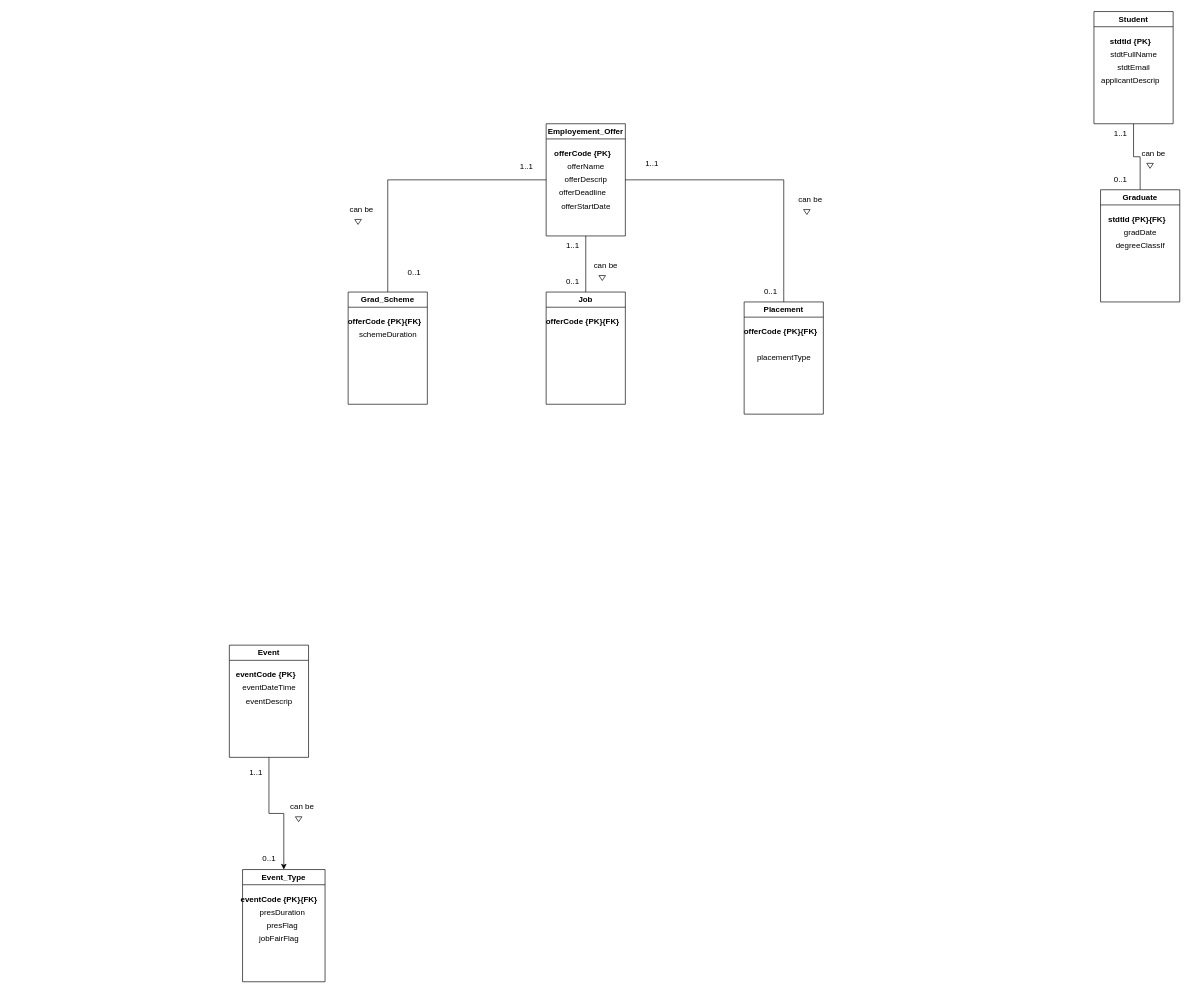
This is futuro-conceptual-erd.drawio from Rumeasiyan/database-systems-IIT-Sri-Lanka, a draw.io file, before an edit. Source tidied: cells renumbered, new cells numbered last; positions are measured from the earlier drawing's top-left corner, leaving out a move shared by most shapes. Both pictures are drawn from the tidied source at 66%, with x=0, y=0 at pixel (229, 11).
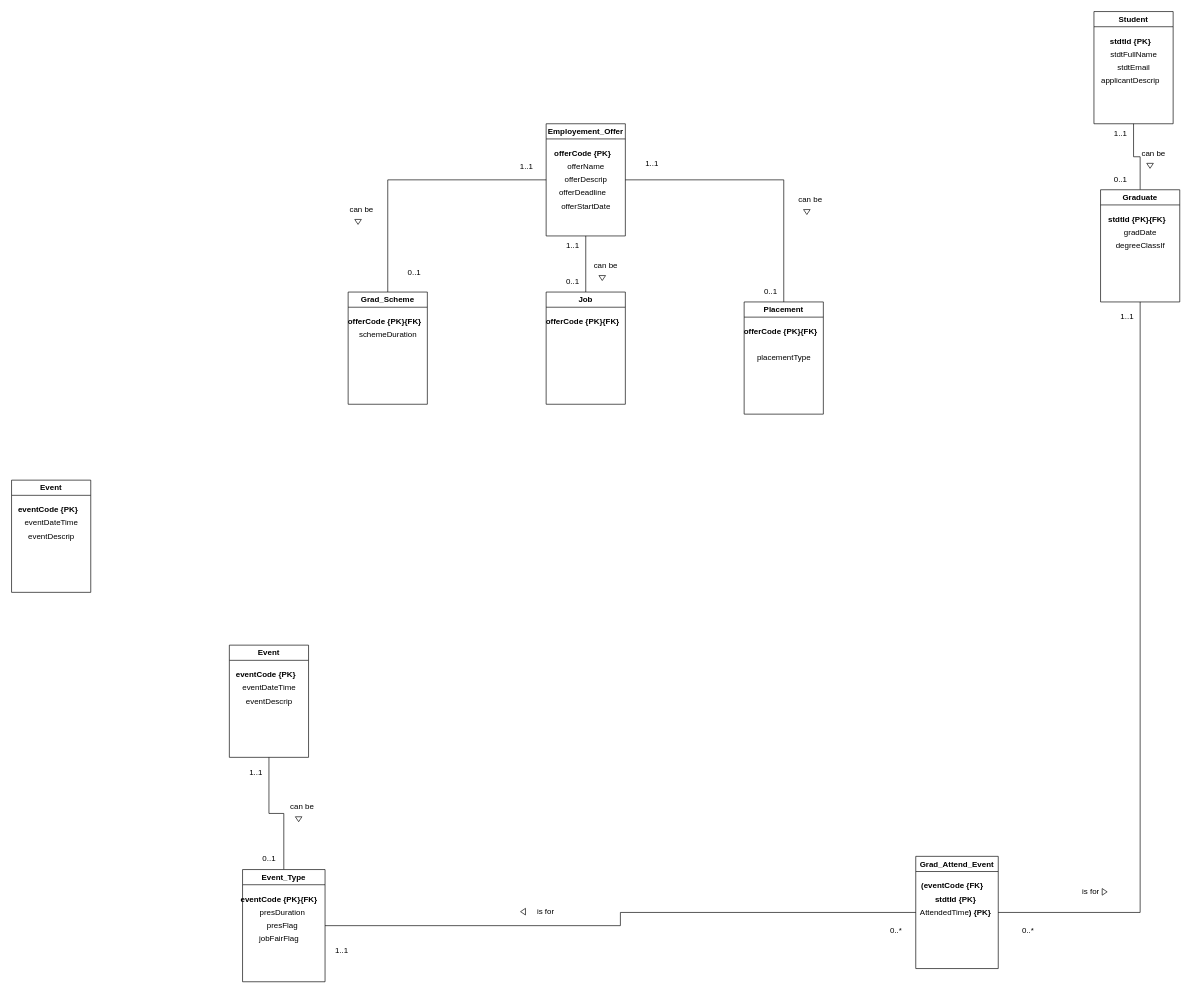
After the change.

Unchanged cells that the change refers to:
```xml
<mxCell id="8" value="Graduate" style="swimlane;whiteSpace=wrap;html=1;" parent="1" vertex="1">
  <mxGeometry x="1320" y="270" width="120" height="170" as="geometry" />
</mxCell>
<mxCell id="46" value="Event" style="swimlane;whiteSpace=wrap;html=1;" parent="1" vertex="1">
  <mxGeometry y="960" width="120" height="170" as="geometry" />
</mxCell>
<mxCell id="50" value="Event_Type" style="swimlane;whiteSpace=wrap;html=1;" parent="1" vertex="1">
  <mxGeometry x="20" y="1300" width="125" height="170" as="geometry" />
</mxCell>
```

The edit, as a diff of the source:
```diff
@@
-    <mxCell id="45" style="edgeStyle=orthogonalEdgeStyle;rounded=0;jettySize=auto;html=1;exitX=0.5;exitY=1;exitDx=0;exitDy=0;" parent="1" edge="1" source="46" target="50">
+    <mxCell id="45" style="edgeStyle=orthogonalEdgeStyle;rounded=0;jettySize=auto;html=1;exitX=0.5;exitY=1;exitDx=0;exitDy=0;jumpStyle=arc;endArrow=none;endFill=0;" parent="1" edge="1" source="46" target="50">
       <mxGeometry relative="1" as="geometry" />
     </mxCell>
@@
+    <mxCell id="59" style="edgeStyle=orthogonalEdgeStyle;rounded=0;jettySize=auto;html=1;exitX=1;exitY=0.5;exitDx=0;exitDy=0;entryX=0;entryY=0.5;entryDx=0;entryDy=0;endArrow=none;endFill=0;jumpStyle=arc;" parent="1" edge="1" source="50" target="61">
+      <mxGeometry relative="1" as="geometry" />
+    </mxCell>
@@
+    <mxCell id="60" style="edgeStyle=orthogonalEdgeStyle;rounded=0;jettySize=auto;html=1;entryX=0.5;entryY=1;entryDx=0;entryDy=0;endArrow=none;endFill=0;jumpStyle=arc;" parent="1" edge="1" source="61" target="8">
+      <mxGeometry relative="1" as="geometry" />
+    </mxCell>
+    <mxCell id="61" value="Grad_Attend_Event" style="swimlane;whiteSpace=wrap;html=1;" parent="1" vertex="1">
+      <mxGeometry x="1040" y="1280" width="125" height="170" as="geometry" />
+    </mxCell>
+    <mxCell id="62" value="&lt;b&gt;(eventCode {FK}&lt;/b&gt;" style="text;html=1;align=center;verticalAlign=middle;strokeColor=none;fillColor=none;" parent="61" vertex="1">
+      <mxGeometry x="-5" y="30" width="120" height="30" as="geometry" />
+    </mxCell>
+    <mxCell id="63" value="&lt;b style=&quot;border-color: var(--border-color);&quot;&gt;stdtId {PK}&lt;/b&gt;" style="text;html=1;align=center;verticalAlign=middle;strokeColor=none;fillColor=none;" parent="61" vertex="1">
+      <mxGeometry x="15" y="50" width="90" height="30" as="geometry" />
+    </mxCell>
+    <mxCell id="64" value="AttendedTime&lt;b&gt;) {PK}&lt;/b&gt;" style="text;html=1;align=center;verticalAlign=middle;strokeColor=none;fillColor=none;" parent="61" vertex="1">
+      <mxGeometry x="-5" y="70" width="130" height="30" as="geometry" />
+    </mxCell>
+    <mxCell id="65" value="1..1" style="text;html=1;align=center;verticalAlign=middle;strokeColor=none;fillColor=none;" parent="1" vertex="1">
+      <mxGeometry x="150" y="1408" width="40" height="30" as="geometry" />
+    </mxCell>
+    <mxCell id="66" value="0..*" style="text;html=1;align=center;verticalAlign=middle;strokeColor=none;fillColor=none;" parent="1" vertex="1">
+      <mxGeometry x="990" y="1378" width="40" height="30" as="geometry" />
+    </mxCell>
+    <mxCell id="67" value="0..*" style="text;html=1;align=center;verticalAlign=middle;strokeColor=none;fillColor=none;" parent="1" vertex="1">
+      <mxGeometry x="1190" y="1378" width="40" height="30" as="geometry" />
+    </mxCell>
+    <mxCell id="68" value="1..1" style="text;html=1;align=center;verticalAlign=middle;strokeColor=none;fillColor=none;" parent="1" vertex="1">
+      <mxGeometry x="1340" y="448" width="40" height="30" as="geometry" />
+    </mxCell>
+    <mxCell id="69" style="triangle;whiteSpace=wrap;html=1;direction=west;" parent="1" vertex="1">
+      <mxGeometry x="441.2" y="1358.8" width="7.5" height="10" as="geometry" />
+    </mxCell>
+    <mxCell id="70" value="is for" style="text;html=1;align=center;verticalAlign=middle;strokeColor=none;fillColor=none;rotation=0;" parent="1" vertex="1">
+      <mxGeometry x="453.8" y="1348.8" width="50" height="30" as="geometry" />
+    </mxCell>
+    <mxCell id="71" value="is for" style="text;html=1;align=center;verticalAlign=middle;strokeColor=none;fillColor=none;rotation=0;" parent="1" vertex="1">
+      <mxGeometry x="1280" y="1318.8" width="50" height="30" as="geometry" />
+    </mxCell>
+    <mxCell id="72" style="triangle;whiteSpace=wrap;html=1;direction=east;" parent="1" vertex="1">
+      <mxGeometry x="1322.5" y="1328.8" width="7.5" height="10" as="geometry" />
+    </mxCell>
+    <mxCell id="73" value="Event" style="swimlane;whiteSpace=wrap;html=1;" parent="1" vertex="1">
+      <mxGeometry x="-330" y="710" width="120" height="170" as="geometry" />
+    </mxCell>
+    <mxCell id="74" value="&lt;b&gt;eventCode {PK}&lt;/b&gt;" style="text;html=1;align=center;verticalAlign=middle;strokeColor=none;fillColor=none;" parent="73" vertex="1">
+      <mxGeometry y="30" width="110" height="30" as="geometry" />
+    </mxCell>
+    <mxCell id="75" value="eventDateTime" style="text;html=1;align=center;verticalAlign=middle;strokeColor=none;fillColor=none;" parent="73" vertex="1">
+      <mxGeometry x="10" y="50" width="100" height="30" as="geometry" />
+    </mxCell>
+    <mxCell id="76" value="eventDescrip" style="text;html=1;align=center;verticalAlign=middle;strokeColor=none;fillColor=none;" parent="73" vertex="1">
+      <mxGeometry x="15" y="70" width="90" height="30" as="geometry" />
+    </mxCell>
```
